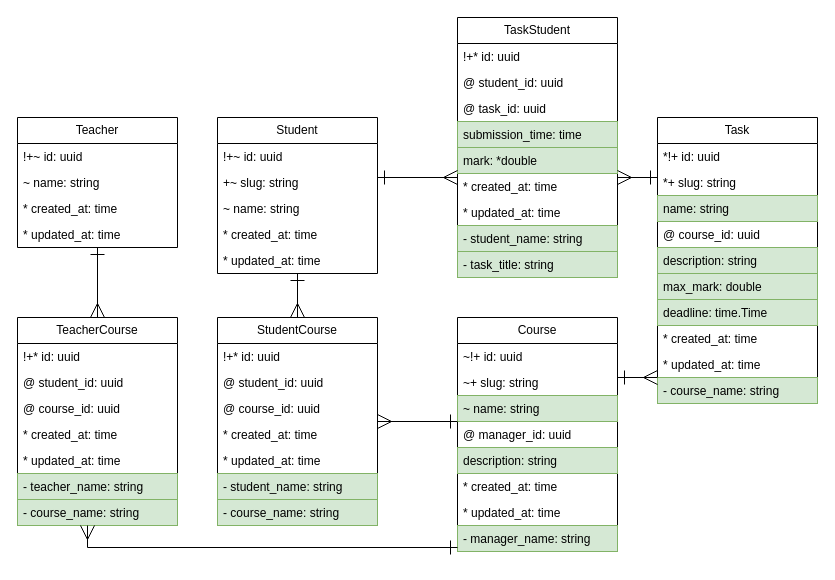
Before: page "Course" (12 of 12) of docs/entity_relationship.drawio in IrusHunter/duckademic, a draw.io diagram. Source tidied: cells renumbered, new cells numbered last; positions are measured from the earlier drawing's top-left corner, leaving out a move shared by most shapes. Both pictures are drawn from the tidied source at 100%, with x=0, y=0 at pixel (17, 17).
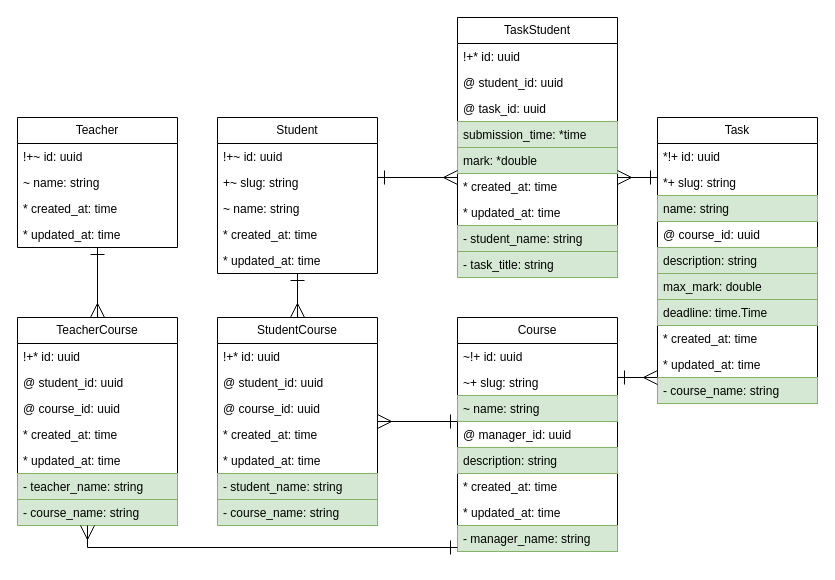
The same page after the edit.

Unchanged cells that the change refers to:
```xml
<mxCell id="53" value="TaskStudent" style="swimlane;fontStyle=0;horizontal=1;startSize=26;fillColor=none;whiteSpace=wrap;html=1;" parent="1" vertex="1">
  <mxGeometry x="440" width="160" height="260" as="geometry" />
</mxCell>
```

Diff of the diagram source:
```diff
@@
-    <mxCell id="57" value="submission_time: time" style="text;strokeColor=#82b366;fillColor=#d5e8d4;align=left;verticalAlign=top;spacingLeft=4;spacingRight=4;overflow=hidden;whiteSpace=wrap;html=1;" parent="53" vertex="1">
+    <mxCell id="57" value="submission_time: *time" style="text;strokeColor=#82b366;fillColor=#d5e8d4;align=left;verticalAlign=top;spacingLeft=4;spacingRight=4;overflow=hidden;whiteSpace=wrap;html=1;" parent="53" vertex="1">
       <mxGeometry y="104" width="160" height="26" as="geometry" />
     </mxCell>
```
